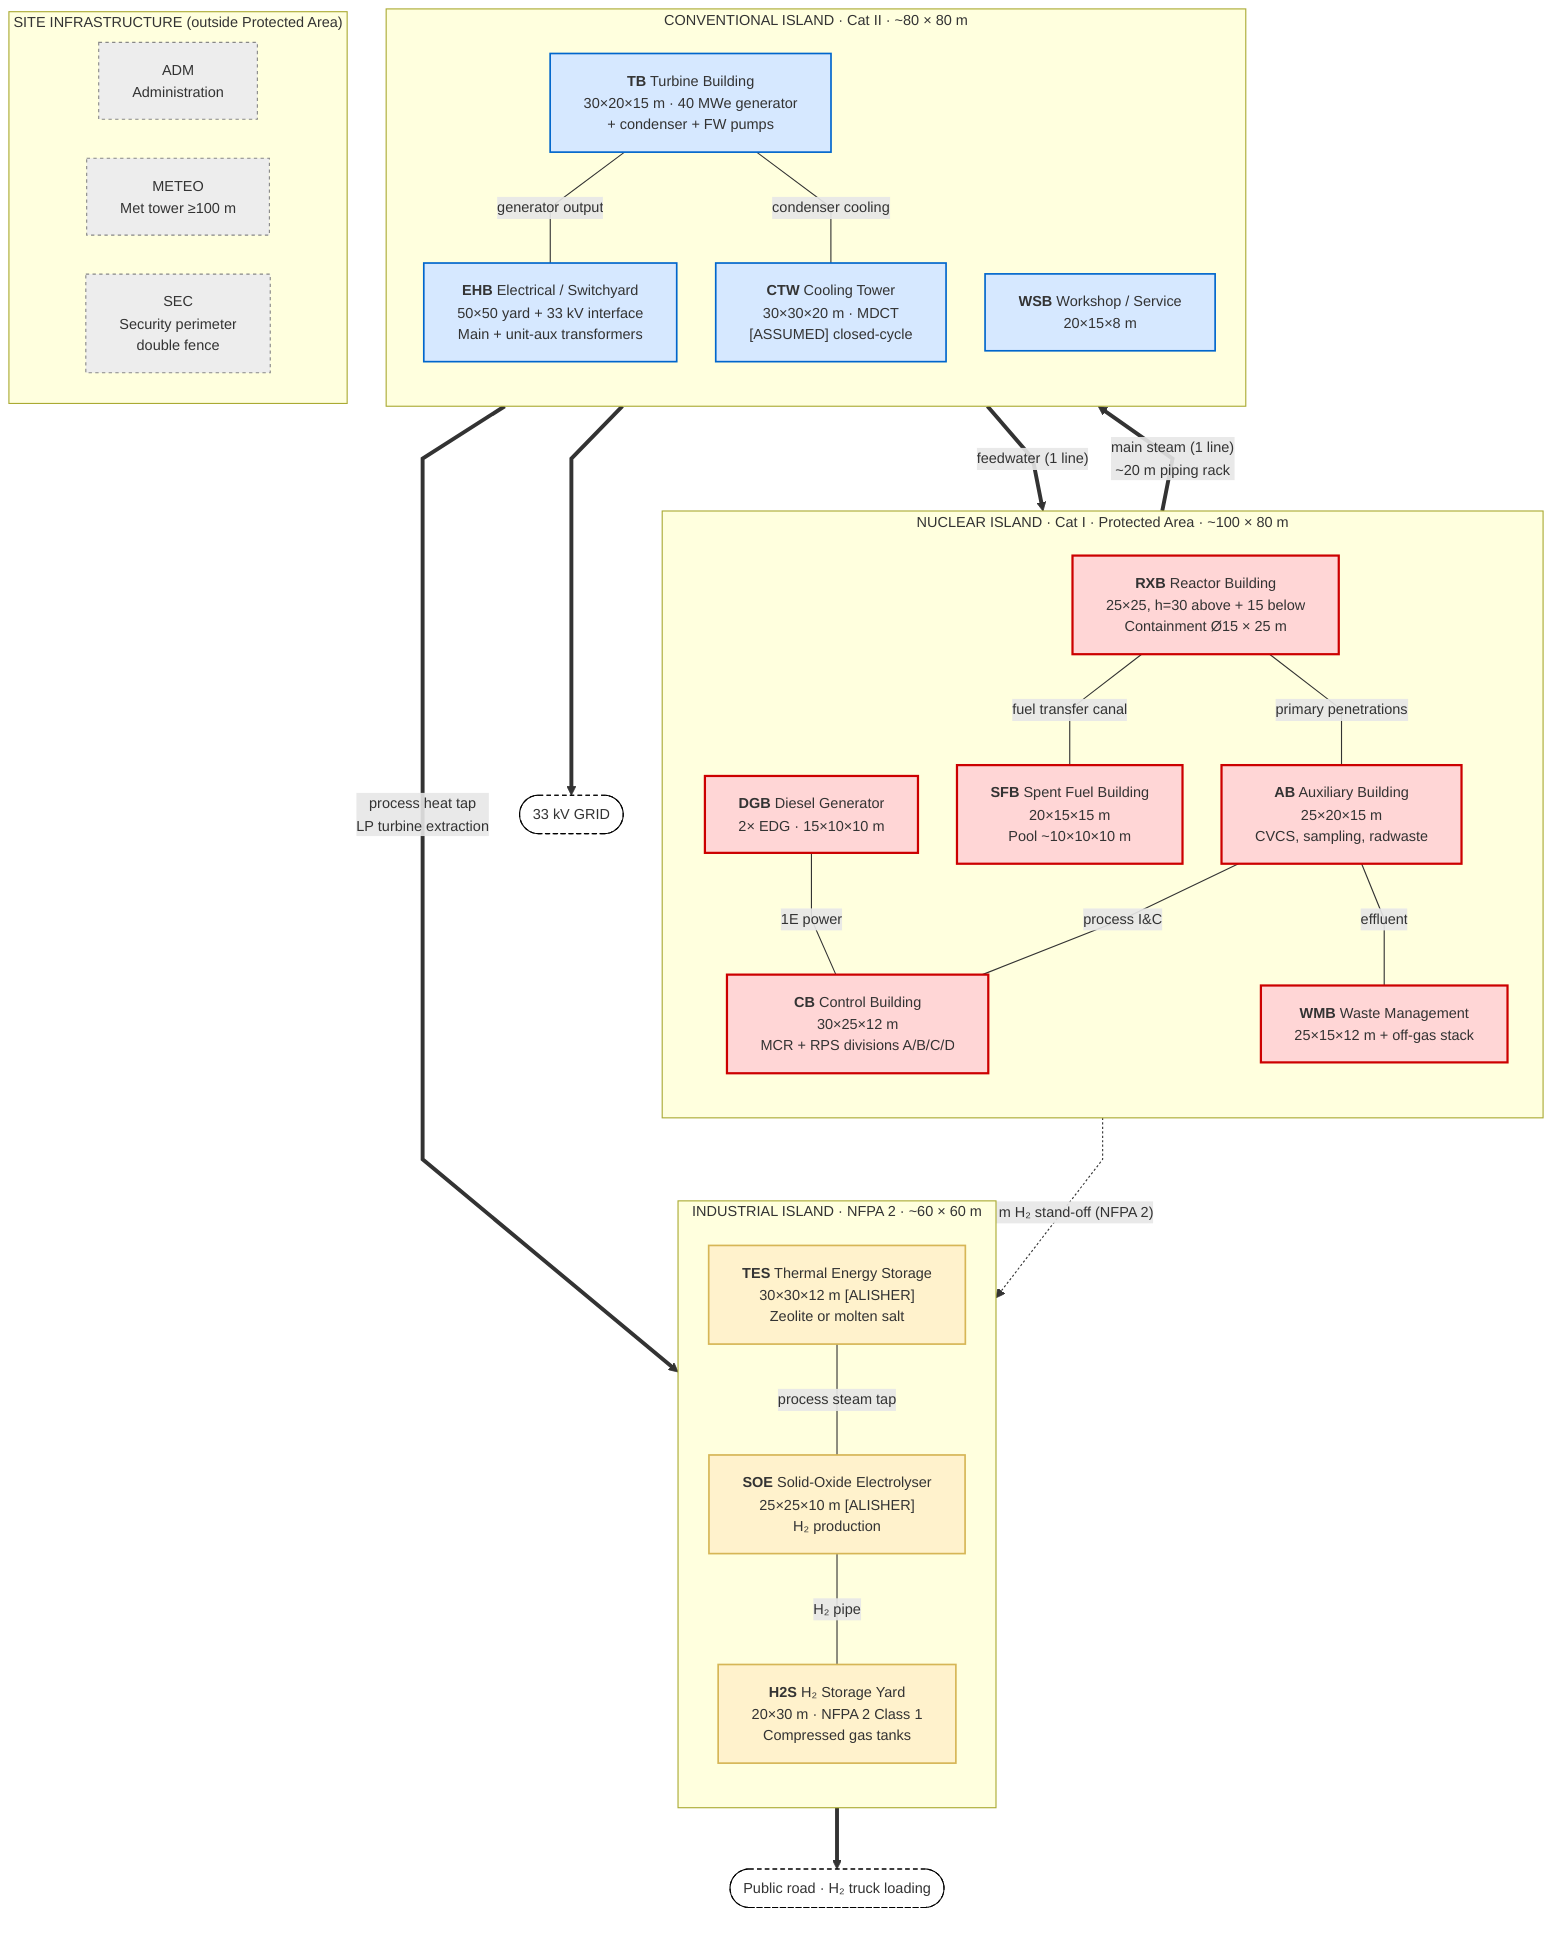
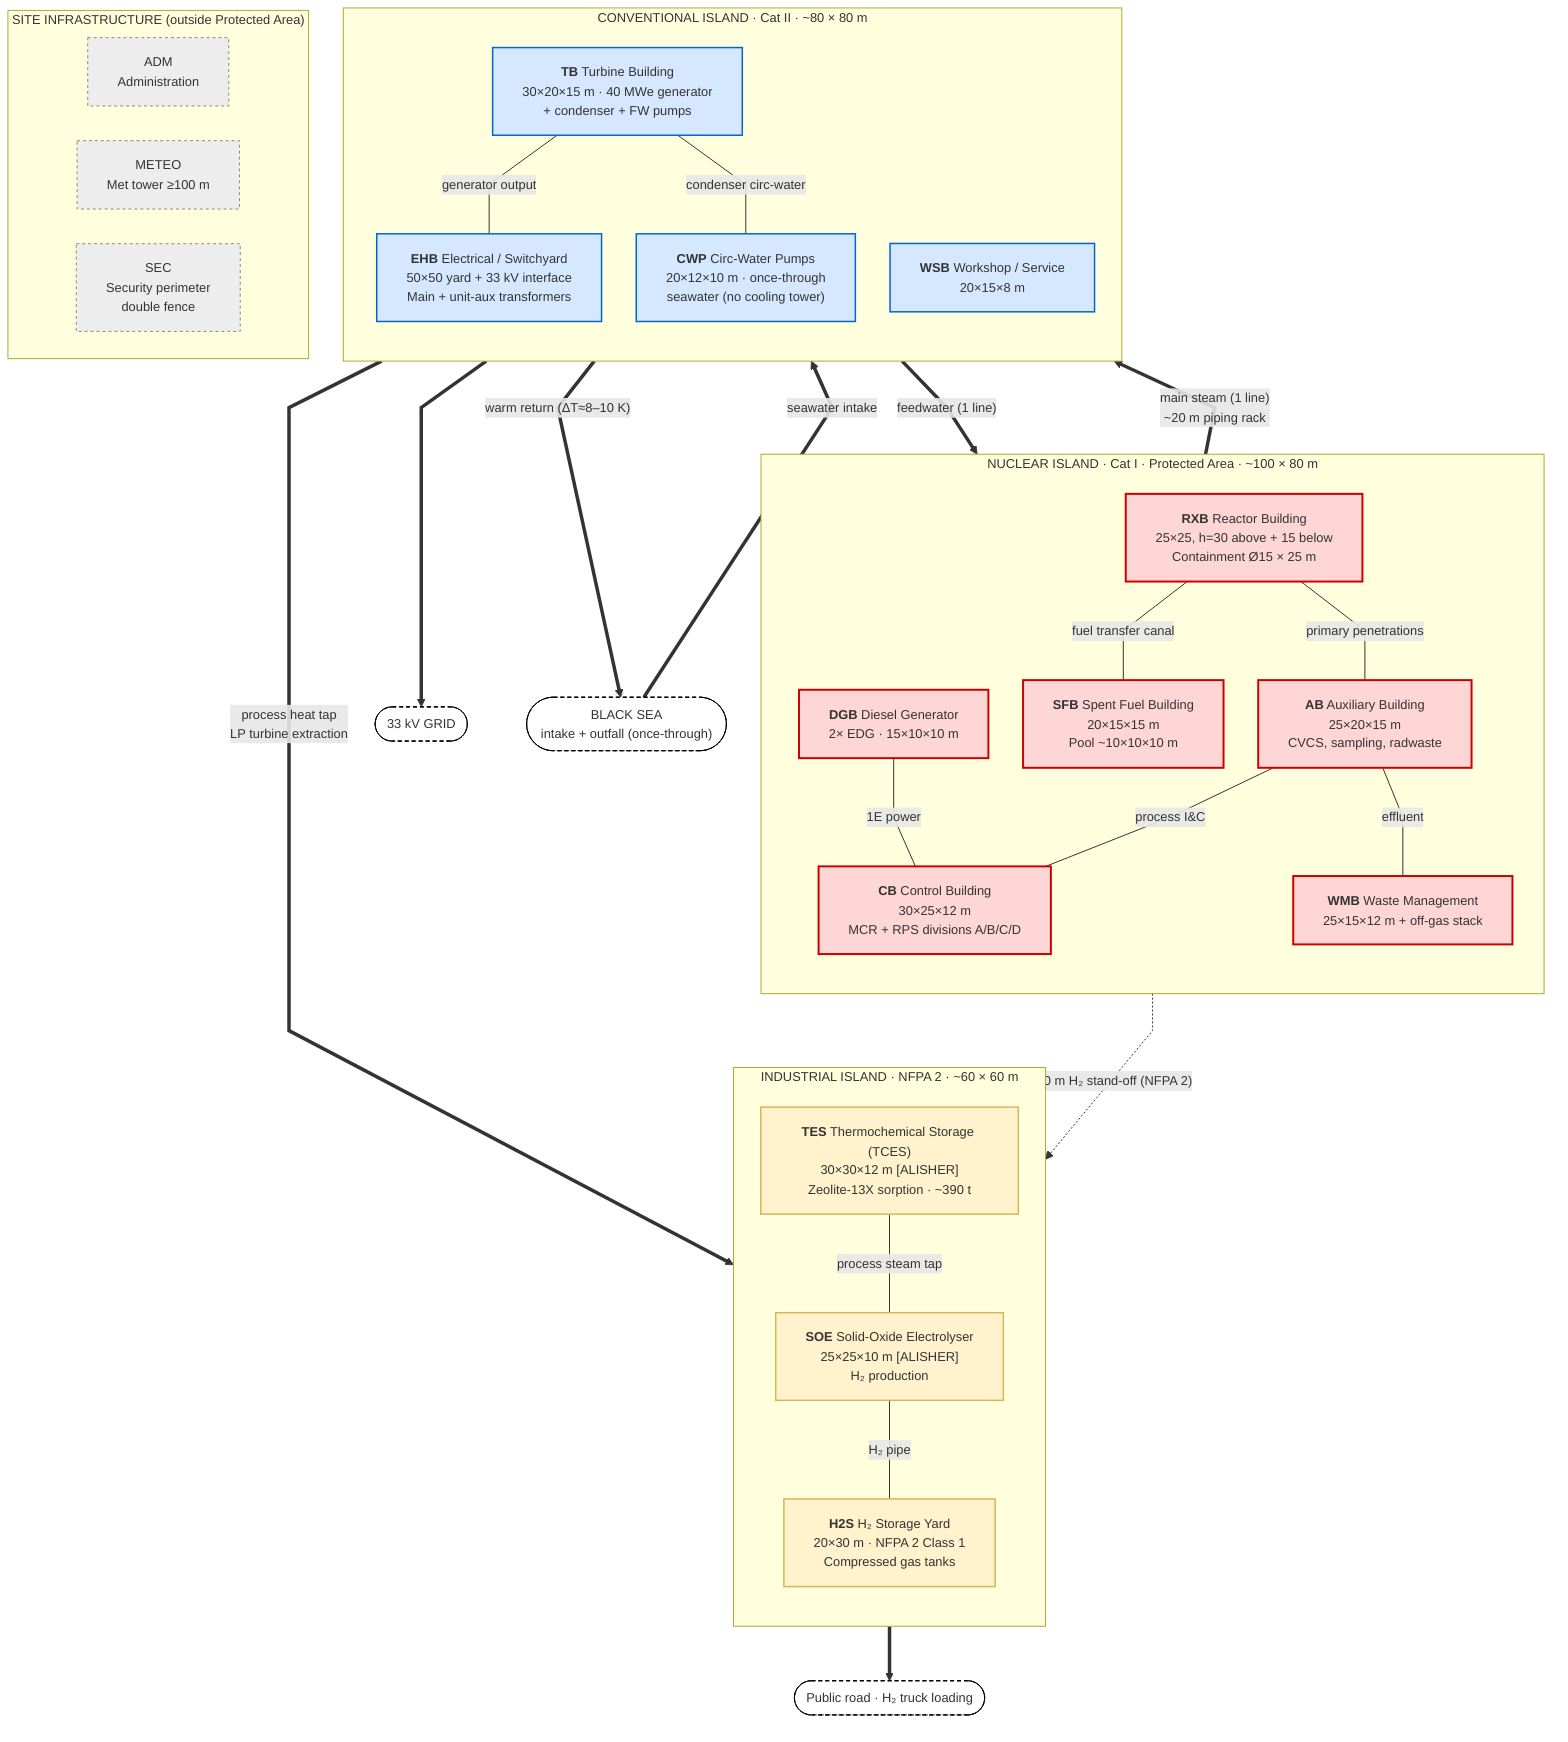
%%{init: {"flowchart": {"curve": "linear", "rankSpacing": 55, "nodeSpacing": 35, "useMaxWidth": true}, "themeVariables": {"fontSize": "13px"}}}%%
%% Aegis-40 — Site Block Layout
%% Source for FER 8.10. Companion: zones.md, building_list.md.
%% Owner: Azamhon. 2026-06-02.
%% NOT a scale drawing — logical block view. Distances called out on connectors.
%% Color: red = Nuclear Island (Cat I), blue = Conventional (Cat II), yellow = Industrial (NFPA 2).

flowchart TB

  subgraph NI["NUCLEAR ISLAND · Cat I · Protected Area · ~100 × 80 m"]
    direction TB
    RXB["<b>RXB</b> Reactor Building<br/>25×25, h=30 above + 15 below<br/>Containment Ø15 × 25 m"]
    AB["<b>AB</b> Auxiliary Building<br/>25×20×15 m<br/>CVCS, sampling, radwaste"]
    CB["<b>CB</b> Control Building<br/>30×25×12 m<br/>MCR + RPS divisions A/B/C/D"]
    SFB["<b>SFB</b> Spent Fuel Building<br/>20×15×15 m<br/>Pool ~10×10×10 m"]
    DGB["<b>DGB</b> Diesel Generator<br/>2× EDG · 15×10×10 m"]
    WMB["<b>WMB</b> Waste Management<br/>25×15×12 m + off-gas stack"]

    RXB ---|primary penetrations| AB
    AB ---|process I&C| CB
    RXB ---|fuel transfer canal| SFB
    DGB ---|1E power| CB
    AB ---|effluent| WMB
  end

  subgraph CI["CONVENTIONAL ISLAND · Cat II · ~80 × 80 m"]
    direction TB
    TB_B["<b>TB</b> Turbine Building<br/>30×20×15 m · 40 MWe generator<br/>+ condenser + FW pumps"]
    EHB["<b>EHB</b> Electrical / Switchyard<br/>50×50 yard + 33 kV interface<br/>Main + unit-aux transformers"]
-     CTW["<b>CTW</b> Cooling Tower<br/>30×30×20 m · MDCT<br/>[ASSUMED] closed-cycle"]
+     CWP["<b>CWP</b> Circ-Water Pumps<br/>20×12×10 m · once-through<br/>seawater (no cooling tower)"]
    WSB["<b>WSB</b> Workshop / Service<br/>20×15×8 m"]

    TB_B ---|generator output| EHB
-     TB_B ---|condenser cooling| CTW
+     TB_B ---|condenser circ-water| CWP
  end

  subgraph II["INDUSTRIAL ISLAND · NFPA 2 · ~60 × 60 m"]
    direction TB
-     TES["<b>TES</b> Thermal Energy Storage<br/>30×30×12 m [ALISHER]<br/>Zeolite or molten salt"]
+     TES["<b>TES</b> Thermochemical Storage (TCES)<br/>30×30×12 m [ALISHER]<br/>Zeolite-13X sorption · ~390 t"]
    SOE["<b>SOE</b> Solid-Oxide Electrolyser<br/>25×25×10 m [ALISHER]<br/>H₂ production"]
    H2S["<b>H2S</b> H₂ Storage Yard<br/>20×30 m · NFPA 2 Class 1<br/>Compressed gas tanks"]

    TES ---|process steam tap| SOE
    SOE ---|H₂ pipe| H2S
  end

  subgraph INFRA["SITE INFRASTRUCTURE (outside Protected Area)"]
    direction LR
    ADM["ADM<br/>Administration"]
    METEO["METEO<br/>Met tower ≥100 m"]
    SEC["SEC<br/>Security perimeter<br/>double fence"]
  end

  GRID(["33 kV GRID"])
  ROAD(["Public road · H₂ truck loading"])
+   SEA(["BLACK SEA<br/>intake + outfall (once-through)"])

  RXB ==>|"main steam (1 line)<br/>~20 m piping rack"| TB_B
  TB_B ==>|"feedwater (1 line)"| RXB
  TB_B ==>|"process heat tap<br/>LP turbine extraction"| TES
  EHB ==> GRID
  H2S ==> ROAD
+   CWP ==>|"warm return (ΔT≈8–10 K)"| SEA
+   SEA ==>|"seawater intake"| CWP

  NI -.->|"100 m H₂ stand-off (NFPA 2)"| II

  classDef ni fill:#ffd6d6,stroke:#c00,stroke-width:2px;
  classDef ci fill:#d6e8ff,stroke:#06c,stroke-width:1.5px;
  classDef ind fill:#fff2cc,stroke:#d6b656,stroke-width:1.5px;
  classDef infra fill:#ededed,stroke:#888,stroke-dasharray:3 3;
  classDef ext fill:#fff,stroke:#000,stroke-dasharray:4 3;

  class RXB,AB,CB,SFB,DGB,WMB ni;
-   class TB_B,EHB,CTW,WSB ci;
+   class TB_B,EHB,CWP,WSB ci;
  class TES,SOE,H2S ind;
  class ADM,METEO,SEC infra;
-   class GRID,ROAD ext;
+   class GRID,ROAD,SEA ext;
